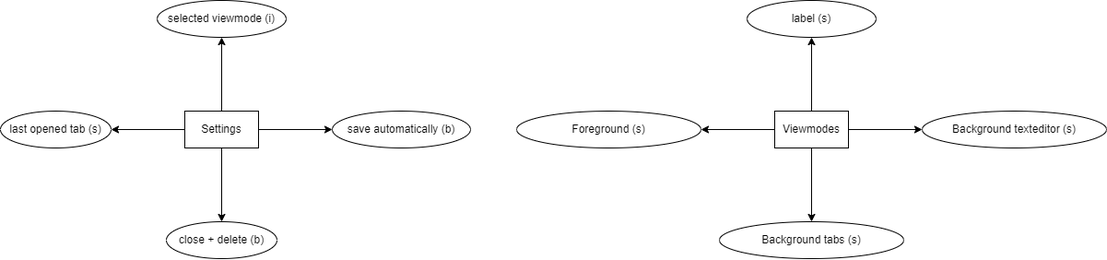
Above: Drafts/DataStorage.drawio.png in scholzandre/BetterEditor (draw.io), before the change. Source tidied: cells renumbered, new cells last; positions are measured from the earlier drawing's top-left corner, leaving out a move shared by most shapes.
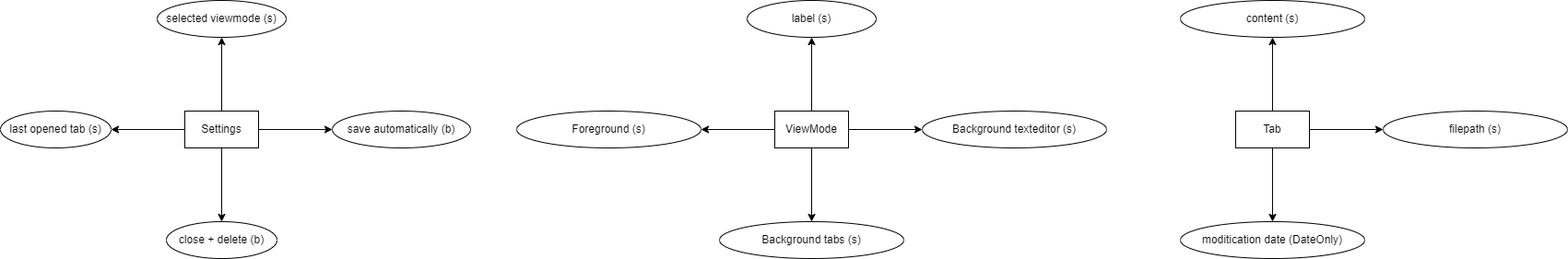
The same diagram one commit later.

Commit message:
#update data storage concept

Diff of the diagram source:
```diff
@@ -20,7 +20,7 @@
     <mxCell id="7" value="last opened tab (s)" style="ellipse;whiteSpace=wrap;html=1;" parent="1" vertex="1">
       <mxGeometry y="120" width="120" height="40" as="geometry" />
     </mxCell>
-    <mxCell id="8" value="selected viewmode (i)" style="ellipse;whiteSpace=wrap;html=1;" parent="1" vertex="1">
+    <mxCell id="8" value="selected viewmode (s)" style="ellipse;whiteSpace=wrap;html=1;" parent="1" vertex="1">
       <mxGeometry x="170" width="140" height="40" as="geometry" />
     </mxCell>
     <mxCell id="9" value="save automatically (b)" style="ellipse;whiteSpace=wrap;html=1;" parent="1" vertex="1">
@@ -41,7 +41,7 @@
     <mxCell id="14" style="edgeStyle=orthogonalEdgeStyle;rounded=0;jettySize=auto;html=1;" parent="1" edge="1" source="15" target="19">
       <mxGeometry relative="1" as="geometry" />
     </mxCell>
-    <mxCell id="15" value="Viewmodes" style="rounded=0;whiteSpace=wrap;html=1;" parent="1" vertex="1">
+    <mxCell id="15" value="ViewMode" style="rounded=0;whiteSpace=wrap;html=1;" parent="1" vertex="1">
       <mxGeometry x="840" y="120" width="80" height="40" as="geometry" />
     </mxCell>
     <mxCell id="16" value="label (s)" style="ellipse;whiteSpace=wrap;html=1;" parent="1" vertex="1">
@@ -56,5 +56,26 @@
     <mxCell id="19" value="Foreground (s)" style="ellipse;whiteSpace=wrap;html=1;" parent="1" vertex="1">
       <mxGeometry x="560" y="120" width="200" height="40" as="geometry" />
     </mxCell>
+    <mxCell id="20" style="edgeStyle=orthogonalEdgeStyle;rounded=0;jettySize=auto;html=1;" parent="1" edge="1" source="23" target="24">
+      <mxGeometry relative="1" as="geometry" />
+    </mxCell>
+    <mxCell id="21" style="edgeStyle=orthogonalEdgeStyle;rounded=0;jettySize=auto;html=1;" parent="1" edge="1" source="23" target="25">
+      <mxGeometry relative="1" as="geometry" />
+    </mxCell>
+    <mxCell id="22" style="edgeStyle=orthogonalEdgeStyle;rounded=0;jettySize=auto;html=1;" parent="1" edge="1" source="23" target="26">
+      <mxGeometry relative="1" as="geometry" />
+    </mxCell>
+    <mxCell id="23" value="Tab" style="rounded=0;whiteSpace=wrap;html=1;" parent="1" vertex="1">
+      <mxGeometry x="1340" y="120" width="80" height="40" as="geometry" />
+    </mxCell>
+    <mxCell id="24" value="content (s)" style="ellipse;whiteSpace=wrap;html=1;" parent="1" vertex="1">
+      <mxGeometry x="1280" width="200" height="40" as="geometry" />
+    </mxCell>
+    <mxCell id="25" value="filepath (s)" style="ellipse;whiteSpace=wrap;html=1;" parent="1" vertex="1">
+      <mxGeometry x="1500" y="120" width="200" height="40" as="geometry" />
+    </mxCell>
+    <mxCell id="26" value="moditication date (DateOnly)" style="ellipse;whiteSpace=wrap;html=1;" parent="1" vertex="1">
+      <mxGeometry x="1280" y="240" width="200" height="40" as="geometry" />
+    </mxCell>
   </root>
 </mxGraphModel>
```
